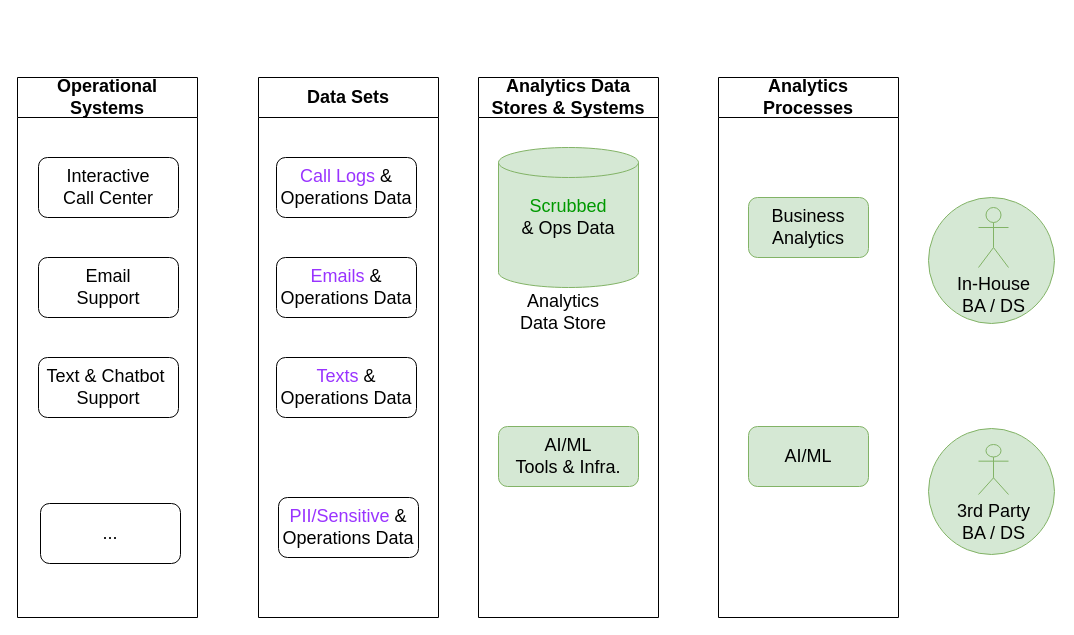
Above: page "Future State" (4 of 15) of AB2 - 2022-11-29-v4.drawio in fotoby/ab3 (draw.io), before the change. Source tidied: cells renumbered, new cells numbered last; positions are measured from the earlier drawing's top-left corner, leaving out a move shared by most shapes. Both pictures are drawn from the tidied source at 100%, with x=0, y=0 at pixel (17, 77).
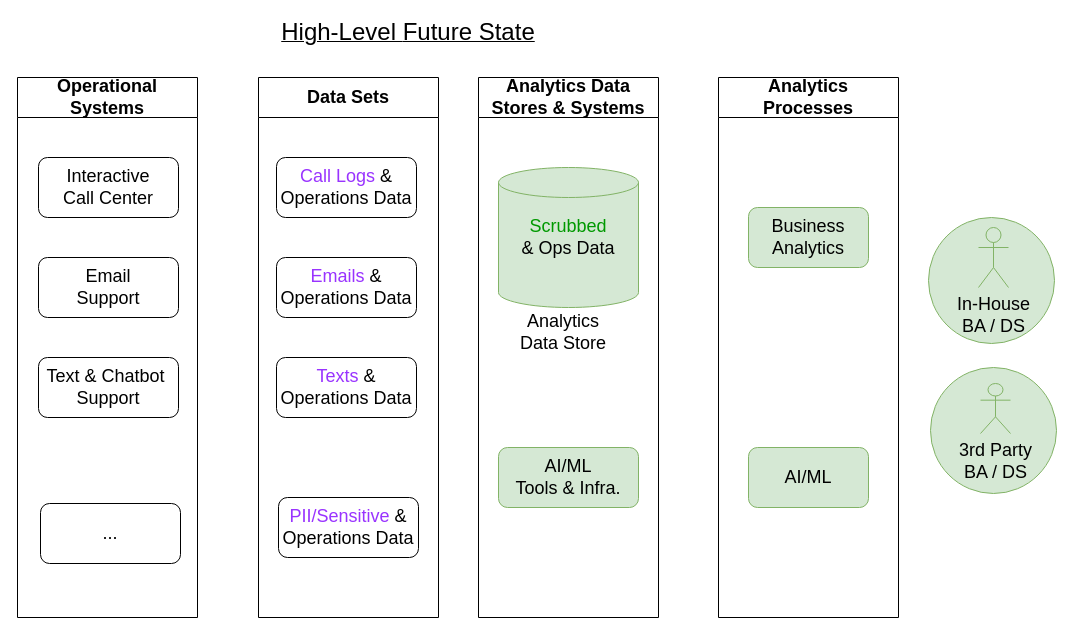
Above is the later version.

The change refers to these unchanged cells:
```xml
<mxCell id="9" value="Analytics Data Stores &amp;amp; Systems" style="swimlane;whiteSpace=wrap;html=1;shadow=0;strokeColor=default;fontSize=18;startSize=40;" parent="1" vertex="1">
  <mxGeometry x="461" width="180" height="540" as="geometry" />
</mxCell>
<mxCell id="21" value="Analytics &lt;br&gt;Processes" style="swimlane;whiteSpace=wrap;html=1;shadow=0;strokeColor=default;fontSize=18;startSize=40;" parent="1" vertex="1">
  <mxGeometry x="701" width="180" height="540" as="geometry" />
</mxCell>
```

Diff of the diagram source:
```diff
@@
     <mxCell id="2" style="ellipse;whiteSpace=wrap;html=1;shadow=0;labelBorderColor=none;strokeColor=#82b366;fontSize=18;fillColor=#d5e8d4;" parent="1" vertex="1">
-      <mxGeometry x="911" y="120" width="126" height="126" as="geometry" />
+      <mxGeometry x="911" y="140" width="126" height="126" as="geometry" />
     </mxCell>
     <mxCell id="3" style="ellipse;whiteSpace=wrap;html=1;shadow=0;labelBorderColor=none;strokeColor=#82b366;fontSize=18;fillColor=#d5e8d4;" parent="1" vertex="1">
-      <mxGeometry x="911" y="351" width="126" height="126" as="geometry" />
+      <mxGeometry x="913" y="290" width="126" height="126" as="geometry" />
     </mxCell>
@@
     <mxCell id="10" style="shape=cylinder3;whiteSpace=wrap;html=1;boundedLbl=1;backgroundOutline=1;size=15;shadow=0;fontSize=18;fillColor=#d5e8d4;strokeColor=#82b366;" parent="9" vertex="1">
-      <mxGeometry x="20" y="70" width="140" height="140" as="geometry" />
+      <mxGeometry x="20" y="90" width="140" height="140" as="geometry" />
     </mxCell>
     <mxCell id="11" value="Analytics&lt;br&gt;Data Store" style="text;html=1;strokeColor=none;fillColor=none;align=center;verticalAlign=middle;whiteSpace=wrap;rounded=0;shadow=0;labelBorderColor=none;fontSize=18;fontColor=#000000;" parent="9" vertex="1">
-      <mxGeometry x="20" y="220" width="130" height="30" as="geometry" />
+      <mxGeometry x="20" y="240" width="130" height="30" as="geometry" />
     </mxCell>
     <mxCell id="12" value="AI/ML&lt;br&gt;Tools &amp;amp; Infra." style="rounded=1;whiteSpace=wrap;html=1;shadow=0;strokeColor=#82b366;fontSize=18;fillColor=#d5e8d4;" parent="9" vertex="1">
-      <mxGeometry x="20" y="349" width="140" height="60" as="geometry" />
+      <mxGeometry x="20" y="370" width="140" height="60" as="geometry" />
     </mxCell>
     <mxCell id="13" value="&lt;font color=&quot;#009900&quot;&gt;Scrubbed&lt;/font&gt;&lt;br&gt;&amp;amp; Ops Data" style="text;html=1;strokeColor=none;fillColor=none;align=center;verticalAlign=middle;whiteSpace=wrap;rounded=0;shadow=0;labelBorderColor=none;fontSize=18;fontColor=#000000;" parent="9" vertex="1">
-      <mxGeometry x="20" y="125" width="140" height="30" as="geometry" />
+      <mxGeometry x="20" y="145" width="140" height="30" as="geometry" />
     </mxCell>
     <mxCell id="14" value="In-House &lt;br&gt;BA / DS" style="shape=umlActor;verticalLabelPosition=bottom;verticalAlign=top;html=1;shadow=0;strokeColor=#82b366;fontSize=18;fillColor=#d5e8d4;" parent="1" vertex="1">
-      <mxGeometry x="961" y="130" width="30" height="60" as="geometry" />
+      <mxGeometry x="961" y="150" width="30" height="60" as="geometry" />
     </mxCell>
     <mxCell id="15" value="3rd Party&lt;br&gt;BA / DS" style="shape=umlActor;verticalLabelPosition=bottom;verticalAlign=top;html=1;shadow=0;strokeColor=#82b366;fontSize=18;fillColor=#d5e8d4;" parent="1" vertex="1">
-      <mxGeometry x="961" y="367" width="30" height="50" as="geometry" />
+      <mxGeometry x="963" y="306" width="30" height="50" as="geometry" />
     </mxCell>
@@
     <mxCell id="22" value="Business Analytics" style="rounded=1;whiteSpace=wrap;html=1;shadow=0;labelBorderColor=none;strokeColor=#82b366;fontSize=18;fillColor=#d5e8d4;" parent="21" vertex="1">
-      <mxGeometry x="30" y="120" width="120" height="60" as="geometry" />
+      <mxGeometry x="30" y="130" width="120" height="60" as="geometry" />
     </mxCell>
     <mxCell id="23" value="AI/ML" style="rounded=1;whiteSpace=wrap;html=1;shadow=0;labelBorderColor=none;strokeColor=#82b366;fontSize=18;fillColor=#d5e8d4;" parent="21" vertex="1">
-      <mxGeometry x="30" y="349" width="120" height="60" as="geometry" />
+      <mxGeometry x="30" y="370" width="120" height="60" as="geometry" />
     </mxCell>
+    <mxCell id="24" value="&lt;u&gt;&lt;span style=&quot;font-size: x-large;&quot;&gt;High-Level&amp;nbsp;&lt;/span&gt;&lt;font size=&quot;5&quot;&gt;Future State&lt;/font&gt;&lt;/u&gt;" style="text;html=1;strokeColor=none;fillColor=none;align=center;verticalAlign=middle;whiteSpace=wrap;rounded=0;fontSize=16;" parent="1" vertex="1">
+      <mxGeometry x="131" y="-60" width="520" height="30" as="geometry" />
+    </mxCell>
```
